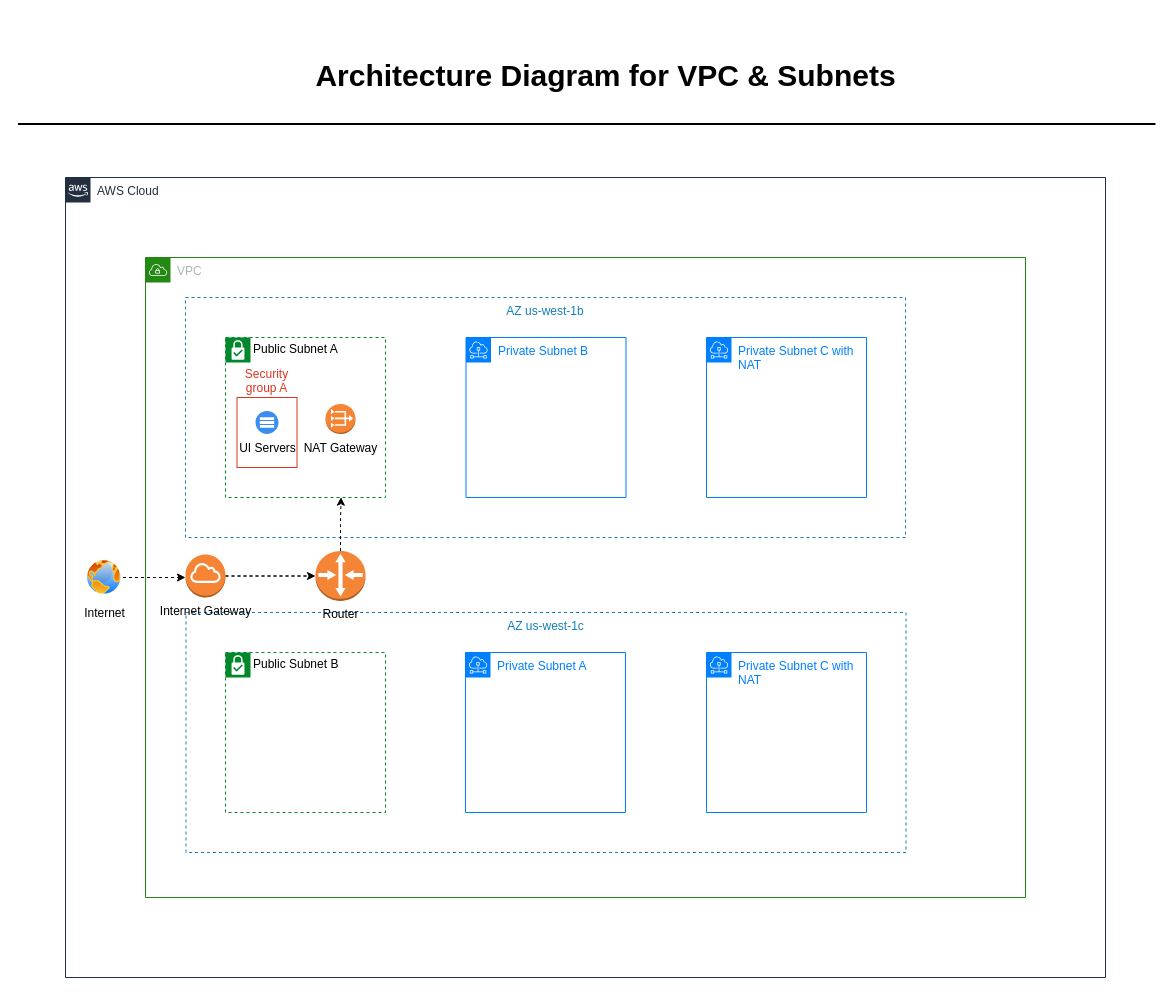
Above: viaplay.drawio in vigneshkarthy3/Automation_Scripts (draw.io), before the change. Source tidied: cells renumbered, new cells numbered last; positions are measured from the earlier drawing's top-left corner, leaving out a move shared by most shapes. Both pictures are drawn from the tidied source at 100%, with x=0, y=0 at pixel (17, 57).
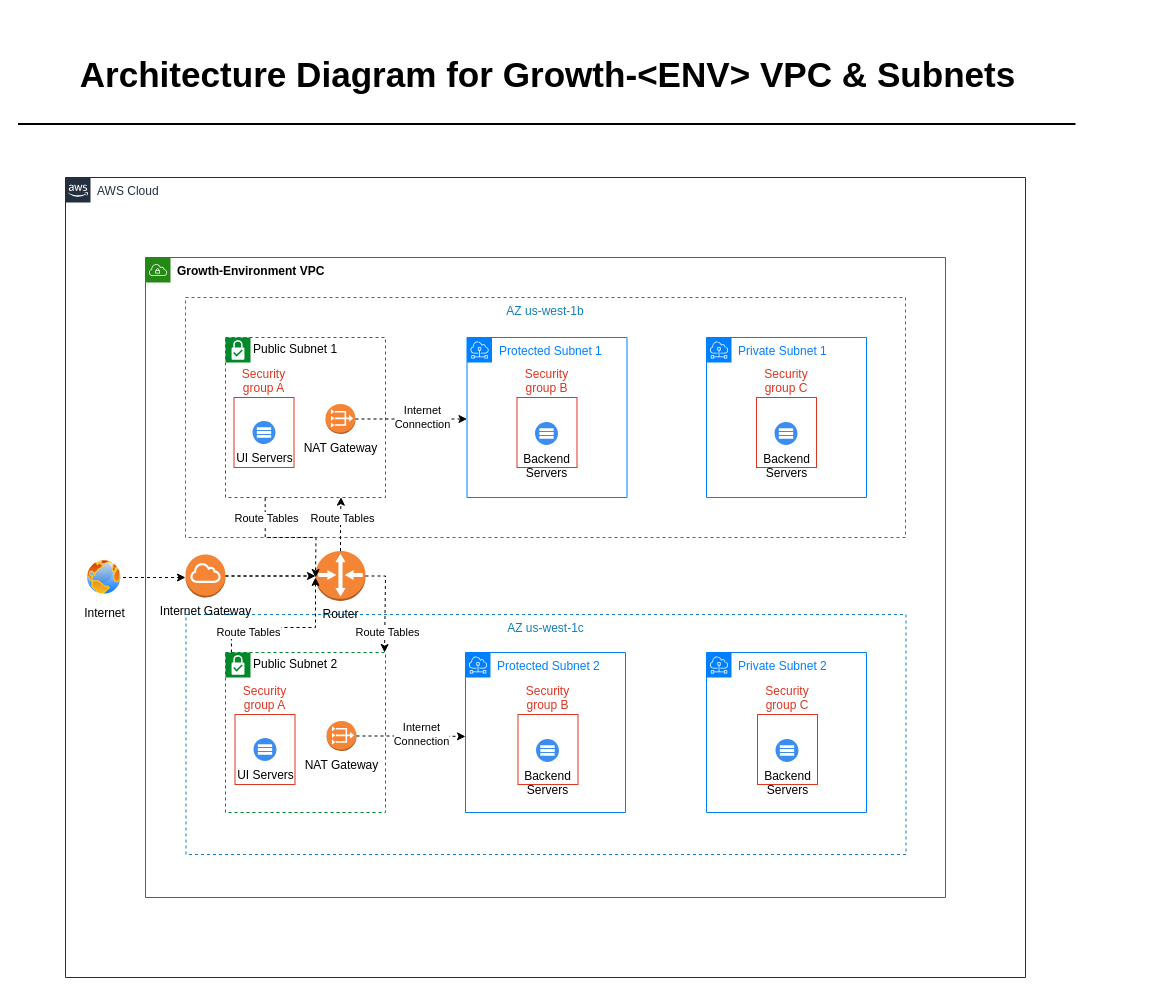
The same diagram, later.

Unchanged cells that the change refers to:
```xml
<mxCell id="8" value="Router" style="outlineConnect=0;dashed=0;verticalLabelPosition=bottom;verticalAlign=top;align=center;html=1;shape=mxgraph.aws3.router;fillColor=#F58536;gradientColor=none;" parent="3" vertex="1">
  <mxGeometry x="170" y="293.6" width="50" height="49.8" as="geometry" />
</mxCell>
<mxCell id="18" value="NAT Gateway" style="outlineConnect=0;dashed=0;verticalLabelPosition=bottom;verticalAlign=top;align=center;html=1;shape=mxgraph.aws3.vpc_nat_gateway;fillColor=#F58534;gradientColor=none;" parent="16" vertex="1">
  <mxGeometry x="100" y="66.5" width="30" height="30" as="geometry" />
</mxCell>
<mxCell id="24" style="edgeStyle=orthogonalEdgeStyle;rounded=0;jettySize=auto;html=1;dashed=1;exitX=0.5;exitY=0;exitDx=0;exitDy=0;exitPerimeter=0;startArrow=none;entryX=0.722;entryY=0.998;entryDx=0;entryDy=0;entryPerimeter=0;" parent="1" edge="1" source="8" target="16">
  <mxGeometry relative="1" as="geometry" />
</mxCell>
```

Change to the diagram source:
```diff
@@
     <mxCell id="2" value="AWS Cloud" style="gradientColor=none;html=1;whiteSpace=wrap;fontSize=12;fontStyle=0;shape=mxgraph.aws4.group;grIcon=mxgraph.aws4.group_aws_cloud_alt;strokeColor=#232F3E;fillColor=none;verticalAlign=top;align=left;spacingLeft=30;fontColor=#232F3E;dashed=0;labelBackgroundColor=none;" parent="1" vertex="1">
-      <mxGeometry x="48" y="120" width="1040" height="800" as="geometry" />
+      <mxGeometry x="48" y="120" width="960" height="800" as="geometry" />
     </mxCell>
-    <mxCell id="3" value="VPC" style="points=[[0,0],[0.25,0],[0.5,0],[0.75,0],[1,0],[1,0.25],[1,0.5],[1,0.75],[1,1],[0.75,1],[0.5,1],[0.25,1],[0,1],[0,0.75],[0,0.5],[0,0.25]];outlineConnect=0;gradientColor=none;html=1;whiteSpace=wrap;fontSize=12;fontStyle=0;shape=mxgraph.aws4.group;grIcon=mxgraph.aws4.group_vpc;strokeColor=#248814;fillColor=none;verticalAlign=top;align=left;spacingLeft=30;fontColor=#AAB7B8;dashed=0;shadow=0;labelBackgroundColor=none;labelBorderColor=none;sketch=0;" parent="2" vertex="1">
-      <mxGeometry x="80" y="80" width="880" height="640" as="geometry" />
+    <mxCell id="3" value="&lt;b&gt;&lt;font color=&quot;#000000&quot;&gt;Growth-Environment VPC&lt;/font&gt;&lt;/b&gt;" style="points=[[0,0],[0.25,0],[0.5,0],[0.75,0],[1,0],[1,0.25],[1,0.5],[1,0.75],[1,1],[0.75,1],[0.5,1],[0.25,1],[0,1],[0,0.75],[0,0.5],[0,0.25]];outlineConnect=0;gradientColor=none;html=1;whiteSpace=wrap;fontSize=12;fontStyle=0;shape=mxgraph.aws4.group;grIcon=mxgraph.aws4.group_vpc;strokeColor=#248814;fillColor=none;verticalAlign=top;align=left;spacingLeft=30;fontColor=#AAB7B8;dashed=0;shadow=0;labelBackgroundColor=none;labelBorderColor=none;sketch=0;" parent="2" vertex="1">
+      <mxGeometry x="80" y="80" width="800" height="640" as="geometry" />
     </mxCell>
@@
     <mxCell id="5" value="AZ us-west-1c" style="fillColor=none;strokeColor=#147EBA;dashed=1;verticalAlign=top;fontStyle=0;fontColor=#147EBA;shadow=0;labelBackgroundColor=none;labelBorderColor=none;sketch=0;" parent="3" vertex="1">
-      <mxGeometry x="40.5" y="355" width="720" height="240" as="geometry" />
+      <mxGeometry x="40.5" y="357" width="720" height="240" as="geometry" />
     </mxCell>
@@
-    <mxCell id="13" value="Architecture Diagram for VPC &amp;amp; Subnets" style="text;html=1;align=center;verticalAlign=middle;spacingTop=-4;fontSize=30;fontStyle=1;labelBackgroundColor=none;labelPosition=center;verticalLabelPosition=middle;" parent="1" vertex="1">
-      <mxGeometry x="288" width="600" height="40" as="geometry" />
+    <mxCell id="13" value="&lt;h3&gt;Architecture Diagram for Growth-&amp;lt;ENV&amp;gt; VPC &amp;amp; Subnets&lt;/h3&gt;" style="text;html=1;align=center;verticalAlign=middle;spacingTop=-4;fontSize=30;fontStyle=1;labelBackgroundColor=none;labelPosition=center;verticalLabelPosition=middle;" parent="1" vertex="1">
+      <mxGeometry x="50" y="-40" width="960" height="120" as="geometry" />
     </mxCell>
     <mxCell id="14" style="line;strokeWidth=2;html=1;fontSize=14;labelBackgroundColor=none;" parent="1" vertex="1">
-      <mxGeometry x="0.5" y="61.5" width="1137.5" height="10" as="geometry" />
+      <mxGeometry x="0.5" y="61.5" width="1057.5" height="10" as="geometry" />
     </mxCell>
-    <mxCell id="15" value="Private Subnet B" style="sketch=0;outlineConnect=0;gradientColor=none;html=1;whiteSpace=wrap;fontSize=12;fontStyle=0;shape=mxgraph.aws4.group;grIcon=mxgraph.aws4.group_subnet;strokeColor=#007FFF;fillColor=none;verticalAlign=top;align=left;spacingLeft=30;fontColor=#007FFF;dashed=0;shadow=0;labelBackgroundColor=none;labelBorderColor=none;" parent="1" vertex="1">
-      <mxGeometry x="448.5" y="280" width="160" height="160" as="geometry" />
+    <mxCell id="15" value="Protected Subnet 1" style="sketch=0;outlineConnect=0;gradientColor=none;html=1;whiteSpace=wrap;fontSize=12;fontStyle=0;shape=mxgraph.aws4.group;grIcon=mxgraph.aws4.group_subnet;strokeColor=#007FFF;fillColor=none;verticalAlign=top;align=left;spacingLeft=30;fontColor=#007FFF;dashed=0;shadow=0;labelBackgroundColor=none;labelBorderColor=none;" parent="1" vertex="1">
+      <mxGeometry x="449.5" y="280" width="160" height="160" as="geometry" />
     </mxCell>
-    <mxCell id="16" value="Public Subnet A" style="shape=mxgraph.ibm.box;prType=subnet;fontStyle=0;verticalAlign=top;align=left;spacingLeft=32;spacingTop=4;fillColor=none;rounded=0;whiteSpace=wrap;html=1;strokeColor=#00882B;strokeWidth=1;dashed=1;spacing=-4;shadow=0;labelBackgroundColor=none;labelBorderColor=none;sketch=0;" parent="1" vertex="1">
+    <mxCell id="16" value="Public Subnet 1" style="shape=mxgraph.ibm.box;prType=subnet;fontStyle=0;verticalAlign=top;align=left;spacingLeft=32;spacingTop=4;fillColor=none;rounded=0;whiteSpace=wrap;html=1;strokeColor=#00882B;strokeWidth=1;dashed=1;spacing=-4;shadow=0;labelBackgroundColor=none;labelBorderColor=none;sketch=0;" parent="1" vertex="1">
       <mxGeometry x="208" y="280" width="160" height="160" as="geometry" />
     </mxCell>
-    <mxCell id="17" value="UI Servers" style="sketch=0;html=1;strokeColor=none;shadow=0;align=center;verticalAlign=top;fillColor=#3B8DF1;shape=mxgraph.gcp2.servers_stacked;labelPosition=center;verticalLabelPosition=bottom;" parent="16" vertex="1">
-      <mxGeometry x="30" y="73.5" width="23" height="23" as="geometry" />
-    </mxCell>
@@
+    <mxCell id="25" value="UI Servers" style="sketch=0;html=1;strokeColor=none;shadow=0;align=center;verticalAlign=top;fillColor=#3B8DF1;shape=mxgraph.gcp2.servers_stacked;labelPosition=center;verticalLabelPosition=bottom;" parent="16" vertex="1">
+      <mxGeometry x="27" y="83.5" width="23" height="23" as="geometry" />
+    </mxCell>
     <mxCell id="19" value="Security &#10;group A" style="fillColor=none;strokeColor=#DD3522;verticalAlign=bottom;fontStyle=0;fontColor=#DD3522;labelPosition=center;verticalLabelPosition=top;align=center;" parent="16" vertex="1">
-      <mxGeometry x="11.5" y="60" width="60" height="70" as="geometry" />
+      <mxGeometry x="8.5" y="60" width="60" height="70" as="geometry" />
     </mxCell>
-    <mxCell id="20" value="Private Subnet C with NAT" style="sketch=0;gradientColor=none;html=1;whiteSpace=wrap;fontSize=12;fontStyle=0;shape=mxgraph.aws4.group;grIcon=mxgraph.aws4.group_subnet;strokeColor=#007FFF;fillColor=none;verticalAlign=top;align=left;spacingLeft=30;fontColor=#007FFF;dashed=0;shadow=0;labelBackgroundColor=none;labelBorderColor=none;" parent="1" vertex="1">
+    <mxCell id="20" value="Private Subnet 1" style="sketch=0;gradientColor=none;html=1;whiteSpace=wrap;fontSize=12;fontStyle=0;shape=mxgraph.aws4.group;grIcon=mxgraph.aws4.group_subnet;strokeColor=#007FFF;fillColor=none;verticalAlign=top;align=left;spacingLeft=30;fontColor=#007FFF;dashed=0;shadow=0;labelBackgroundColor=none;labelBorderColor=none;" parent="1" vertex="1">
       <mxGeometry x="689" y="280" width="160" height="160" as="geometry" />
     </mxCell>
-    <mxCell id="21" value="Private Subnet A" style="sketch=0;gradientColor=none;html=1;whiteSpace=wrap;fontSize=12;fontStyle=0;shape=mxgraph.aws4.group;grIcon=mxgraph.aws4.group_subnet;strokeColor=#007FFF;fillColor=none;verticalAlign=top;align=left;spacingLeft=30;fontColor=#007FFF;dashed=0;shadow=0;labelBackgroundColor=none;labelBorderColor=none;" parent="1" vertex="1">
+    <mxCell id="21" value="Protected Subnet 2" style="sketch=0;gradientColor=none;html=1;whiteSpace=wrap;fontSize=12;fontStyle=0;shape=mxgraph.aws4.group;grIcon=mxgraph.aws4.group_subnet;strokeColor=#007FFF;fillColor=none;verticalAlign=top;align=left;spacingLeft=30;fontColor=#007FFF;dashed=0;shadow=0;labelBackgroundColor=none;labelBorderColor=none;" parent="1" vertex="1">
       <mxGeometry x="448" y="595" width="160" height="160" as="geometry" />
     </mxCell>
-    <mxCell id="22" value="Public Subnet B" style="shape=mxgraph.ibm.box;prType=subnet;fontStyle=0;verticalAlign=top;align=left;spacingLeft=32;spacingTop=4;fillColor=none;rounded=0;whiteSpace=wrap;html=1;strokeColor=#00882B;strokeWidth=1;dashed=1;spacing=-4;shadow=0;labelBackgroundColor=none;labelBorderColor=none;sketch=0;" parent="1" vertex="1">
+    <mxCell id="22" value="Public Subnet 2" style="shape=mxgraph.ibm.box;prType=subnet;fontStyle=0;verticalAlign=top;align=left;spacingLeft=32;spacingTop=4;fillColor=none;rounded=0;whiteSpace=wrap;html=1;strokeColor=#00882B;strokeWidth=1;dashed=1;spacing=-4;shadow=0;labelBackgroundColor=none;labelBorderColor=none;sketch=0;" parent="1" vertex="1">
       <mxGeometry x="208" y="595" width="160" height="160" as="geometry" />
     </mxCell>
-    <mxCell id="23" value="Private Subnet C with NAT" style="sketch=0;gradientColor=none;html=1;whiteSpace=wrap;fontSize=12;fontStyle=0;shape=mxgraph.aws4.group;grIcon=mxgraph.aws4.group_subnet;strokeColor=#007FFF;fillColor=none;verticalAlign=top;align=left;spacingLeft=30;fontColor=#007FFF;dashed=0;shadow=0;labelBackgroundColor=none;labelBorderColor=none;" parent="1" vertex="1">
+    <mxCell id="23" value="Private Subnet 2" style="sketch=0;gradientColor=none;html=1;whiteSpace=wrap;fontSize=12;fontStyle=0;shape=mxgraph.aws4.group;grIcon=mxgraph.aws4.group_subnet;strokeColor=#007FFF;fillColor=none;verticalAlign=top;align=left;spacingLeft=30;fontColor=#007FFF;dashed=0;shadow=0;labelBackgroundColor=none;labelBorderColor=none;" parent="1" vertex="1">
       <mxGeometry x="689" y="595" width="160" height="160" as="geometry" />
     </mxCell>
@@
+    <mxCell id="26" value="Route Tables" style="edgeLabel;html=1;align=center;verticalAlign=middle;" parent="24" vertex="1">
+      <mxGeometry x="-0.16" y="1" relative="1" as="geometry">
+        <mxPoint x="2" y="-10" as="offset" />
+      </mxGeometry>
+    </mxCell>
+    <mxCell id="27" style="edgeStyle=orthogonalEdgeStyle;rounded=0;jettySize=auto;html=1;dashed=1;startArrow=none;exitX=0.248;exitY=1.004;exitDx=0;exitDy=0;exitPerimeter=0;" parent="1" edge="1" source="16">
+      <mxGeometry relative="1" as="geometry">
+        <mxPoint x="298" y="520" as="targetPoint" />
+      </mxGeometry>
+    </mxCell>
+    <mxCell id="28" value="Route Tables" style="edgeLabel;html=1;align=center;verticalAlign=middle;" parent="27" vertex="1">
+      <mxGeometry x="-0.16" y="1" relative="1" as="geometry">
+        <mxPoint x="-15" y="-19" as="offset" />
+      </mxGeometry>
+    </mxCell>
+    <mxCell id="29" value="Security &#10;group B" style="fillColor=none;strokeColor=#DD3522;verticalAlign=bottom;fontStyle=0;fontColor=#DD3522;labelPosition=center;verticalLabelPosition=top;align=center;" parent="1" vertex="1">
+      <mxGeometry x="499.5" y="340" width="60" height="70" as="geometry" />
+    </mxCell>
+    <mxCell id="17" value="Backend &lt;br&gt;Servers" style="sketch=0;html=1;strokeColor=none;shadow=0;align=center;verticalAlign=top;fillColor=#3B8DF1;shape=mxgraph.gcp2.servers_stacked;labelPosition=center;verticalLabelPosition=bottom;" parent="1" vertex="1">
+      <mxGeometry x="517.5" y="364.5" width="23" height="23" as="geometry" />
+    </mxCell>
+    <mxCell id="30" style="edgeStyle=orthogonalEdgeStyle;rounded=0;jettySize=auto;html=1;dashed=1;" parent="1" edge="1" source="18" target="15">
+      <mxGeometry relative="1" as="geometry">
+        <Array as="points">
+          <mxPoint x="418" y="362" />
+          <mxPoint x="418" y="362" />
+        </Array>
+      </mxGeometry>
+    </mxCell>
+    <mxCell id="31" value="Internet&lt;br&gt;Connection" style="edgeLabel;html=1;align=center;verticalAlign=middle;" parent="30" vertex="1">
+      <mxGeometry x="0.18" y="2" relative="1" as="geometry" />
+    </mxCell>
+    <mxCell id="32" value="Security &#10;group C" style="fillColor=none;strokeColor=#DD3522;verticalAlign=bottom;fontStyle=0;fontColor=#DD3522;labelPosition=center;verticalLabelPosition=top;align=center;" parent="1" vertex="1">
+      <mxGeometry x="739" y="340" width="60" height="70" as="geometry" />
+    </mxCell>
+    <mxCell id="33" value="Backend &lt;br&gt;Servers" style="sketch=0;html=1;strokeColor=none;shadow=0;align=center;verticalAlign=top;fillColor=#3B8DF1;shape=mxgraph.gcp2.servers_stacked;labelPosition=center;verticalLabelPosition=bottom;" parent="1" vertex="1">
+      <mxGeometry x="757" y="364.5" width="23" height="23" as="geometry" />
+    </mxCell>
+    <mxCell id="34" value="NAT Gateway" style="outlineConnect=0;dashed=0;verticalLabelPosition=bottom;verticalAlign=top;align=center;html=1;shape=mxgraph.aws3.vpc_nat_gateway;fillColor=#F58534;gradientColor=none;" parent="1" vertex="1">
+      <mxGeometry x="309" y="663.5" width="30" height="30" as="geometry" />
+    </mxCell>
+    <mxCell id="35" value="UI Servers" style="sketch=0;html=1;strokeColor=none;shadow=0;align=center;verticalAlign=top;fillColor=#3B8DF1;shape=mxgraph.gcp2.servers_stacked;labelPosition=center;verticalLabelPosition=bottom;" parent="1" vertex="1">
+      <mxGeometry x="236" y="680.5" width="23" height="23" as="geometry" />
+    </mxCell>
+    <mxCell id="36" value="Security &#10;group A" style="fillColor=none;strokeColor=#DD3522;verticalAlign=bottom;fontStyle=0;fontColor=#DD3522;labelPosition=center;verticalLabelPosition=top;align=center;" parent="1" vertex="1">
+      <mxGeometry x="217.5" y="657" width="60" height="70" as="geometry" />
+    </mxCell>
+    <mxCell id="37" value="Security &#10;group B" style="fillColor=none;strokeColor=#DD3522;verticalAlign=bottom;fontStyle=0;fontColor=#DD3522;labelPosition=center;verticalLabelPosition=top;align=center;" parent="1" vertex="1">
+      <mxGeometry x="500.5" y="657" width="60" height="70" as="geometry" />
+    </mxCell>
+    <mxCell id="38" value="Backend &lt;br&gt;Servers" style="sketch=0;html=1;strokeColor=none;shadow=0;align=center;verticalAlign=top;fillColor=#3B8DF1;shape=mxgraph.gcp2.servers_stacked;labelPosition=center;verticalLabelPosition=bottom;" parent="1" vertex="1">
+      <mxGeometry x="518.5" y="681.5" width="23" height="23" as="geometry" />
+    </mxCell>
+    <mxCell id="39" style="edgeStyle=orthogonalEdgeStyle;rounded=0;jettySize=auto;html=1;dashed=1;" parent="1" edge="1" source="34">
+      <mxGeometry relative="1" as="geometry">
+        <mxPoint x="448" y="679" as="targetPoint" />
+        <Array as="points">
+          <mxPoint x="419" y="679" />
+          <mxPoint x="419" y="679" />
+        </Array>
+      </mxGeometry>
+    </mxCell>
+    <mxCell id="40" value="Internet&lt;br&gt;Connection" style="edgeLabel;html=1;align=center;verticalAlign=middle;" parent="39" vertex="1">
+      <mxGeometry x="0.18" y="2" relative="1" as="geometry" />
+    </mxCell>
+    <mxCell id="41" value="Security &#10;group C" style="fillColor=none;strokeColor=#DD3522;verticalAlign=bottom;fontStyle=0;fontColor=#DD3522;labelPosition=center;verticalLabelPosition=top;align=center;" parent="1" vertex="1">
+      <mxGeometry x="740" y="657" width="60" height="70" as="geometry" />
+    </mxCell>
+    <mxCell id="42" value="Backend &lt;br&gt;Servers" style="sketch=0;html=1;strokeColor=none;shadow=0;align=center;verticalAlign=top;fillColor=#3B8DF1;shape=mxgraph.gcp2.servers_stacked;labelPosition=center;verticalLabelPosition=bottom;" parent="1" vertex="1">
+      <mxGeometry x="758" y="681.5" width="23" height="23" as="geometry" />
+    </mxCell>
+    <mxCell id="43" style="edgeStyle=orthogonalEdgeStyle;rounded=0;jettySize=auto;html=1;dashed=1;exitX=1;exitY=0.5;exitDx=0;exitDy=0;exitPerimeter=0;startArrow=none;entryX=0.994;entryY=0;entryDx=0;entryDy=0;entryPerimeter=0;" parent="1" edge="1" source="8" target="22">
+      <mxGeometry relative="1" as="geometry">
+        <Array as="points">
+          <mxPoint x="368" y="519" />
+          <mxPoint x="368" y="595" />
+        </Array>
+      </mxGeometry>
+    </mxCell>
+    <mxCell id="44" value="Route Tables" style="edgeLabel;html=1;align=center;verticalAlign=middle;" parent="43" vertex="1">
+      <mxGeometry x="-0.16" y="1" relative="1" as="geometry">
+        <mxPoint x="1" y="35" as="offset" />
+      </mxGeometry>
+    </mxCell>
+    <mxCell id="45" style="edgeStyle=orthogonalEdgeStyle;rounded=0;jettySize=auto;html=1;dashed=1;startArrow=none;exitX=0.037;exitY=0;exitDx=0;exitDy=0;exitPerimeter=0;" parent="1" edge="1" source="22">
+      <mxGeometry relative="1" as="geometry">
+        <mxPoint x="298" y="520" as="targetPoint" />
+        <Array as="points">
+          <mxPoint x="214" y="580" />
+          <mxPoint x="214" y="570" />
+          <mxPoint x="298" y="570" />
+        </Array>
+      </mxGeometry>
+    </mxCell>
+    <mxCell id="46" value="Route Tables" style="edgeLabel;html=1;align=center;verticalAlign=middle;" parent="45" vertex="1">
+      <mxGeometry x="-0.16" y="1" relative="1" as="geometry">
+        <mxPoint x="-25" y="5" as="offset" />
+      </mxGeometry>
+    </mxCell>
```
